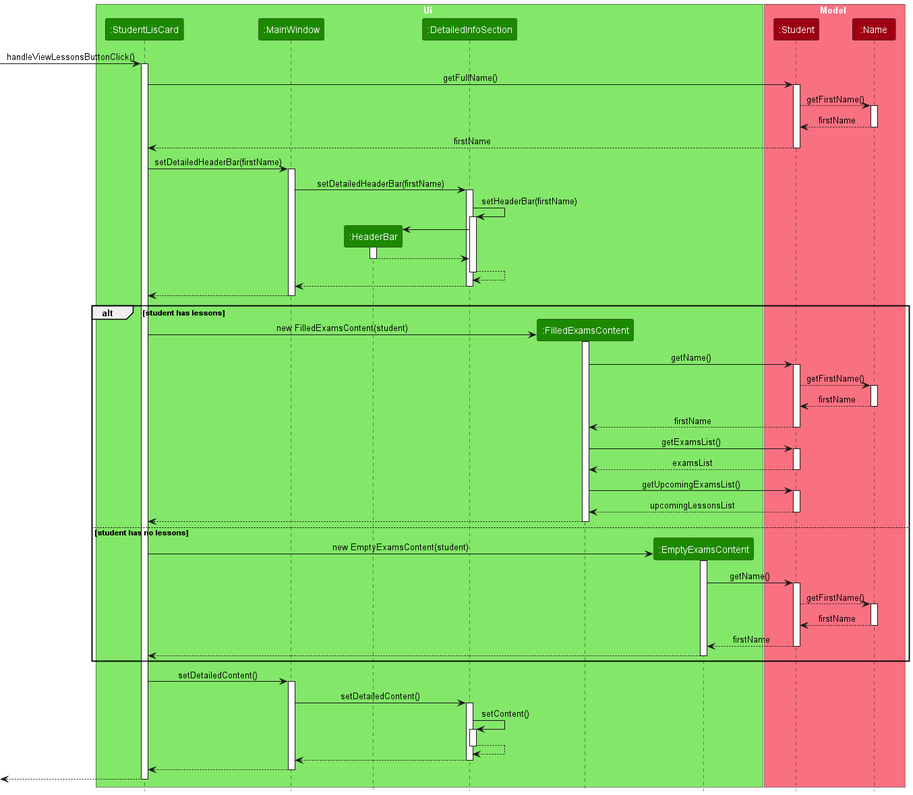
Earlier version of the PlantUML export docs/images/ExamsClickSequenceDiagram.png (nus-cs2103-AY2223S2/tp). Its diagram source:
```plantuml
@startuml
!include style.puml

box Ui UI_COLOR_T1
participant ":StudentLisCard" as StudentListCard UI_COLOR
participant ":MainWindow" as MainWindow UI_COLOR
participant ":HeaderBar" as HeaderBar UI_COLOR
participant ":DetailedInfoSection" as DetailedInfoSection UI_COLOR
participant ":FilledExamsContent" as FilledExamsContent UI_COLOR
participant ":EmptyExamsContent" as EmptyExamsContent UI_COLOR
end box

box Model MODEL_COLOR_T1
participant ":Student" as Student MODEL_COLOR
participant ":Name" as Name MODEL_COLOR
end box

[-> StudentListCard : handleViewLessonsButtonClick()
activate StudentListCard

StudentListCard -> Student : getFullName()
activate Student

Student --> Name : getFirstName()
activate Name
return firstName

return firstName

StudentListCard -> MainWindow : setDetailedHeaderBar(firstName)
activate MainWindow

MainWindow -> DetailedInfoSection : setDetailedHeaderBar(firstName)
activate DetailedInfoSection

DetailedInfoSection -> DetailedInfoSection : setHeaderBar(firstName)
activate DetailedInfoSection

create HeaderBar
DetailedInfoSection -> HeaderBar
activate HeaderBar

HeaderBar --> DetailedInfoSection
deactivate HeaderBar

DetailedInfoSection --> DetailedInfoSection
deactivate DetailedInfoSection

DetailedInfoSection --> MainWindow
deactivate DetailedInfoSection

MainWindow --> StudentListCard
deactivate MainWindow

alt student has lessons
    create FilledExamsContent
    StudentListCard -> FilledExamsContent : new FilledExamsContent(student)
    activate FilledExamsContent

    FilledExamsContent -> Student : getName()
    activate Student

    Student --> Name : getFirstName()
    activate Name
    return firstName

    return firstName

    FilledExamsContent -> Student : getExamsList()
    activate Student
    return examsList

    FilledExamsContent -> Student : getUpcomingExamsList()
    activate Student
    return upcomingLessonsList

    FilledExamsContent --> StudentListCard
    deactivate FilledExamsContent

else student has no lessons
    create EmptyExamsContent
    StudentListCard -> EmptyExamsContent : new EmptyExamsContent(student)
    activate EmptyExamsContent

    EmptyExamsContent -> Student : getName()
    activate Student

    Student --> Name : getFirstName()
    activate Name
    return firstName

    return firstName

    EmptyExamsContent --> StudentListCard
    deactivate EmptyExamsContent

end

StudentListCard -> MainWindow : setDetailedContent()
activate MainWindow

MainWindow -> DetailedInfoSection : setDetailedContent()
activate DetailedInfoSection

DetailedInfoSection -> DetailedInfoSection : setContent()
activate DetailedInfoSection

DetailedInfoSection --> DetailedInfoSection
deactivate DetailedInfoSection

DetailedInfoSection --> MainWindow
deactivate DetailedInfoSection

MainWindow --> StudentListCard
deactivate MainWindow

[<-- StudentListCard
deactivate StudentListCard

@enduml
```
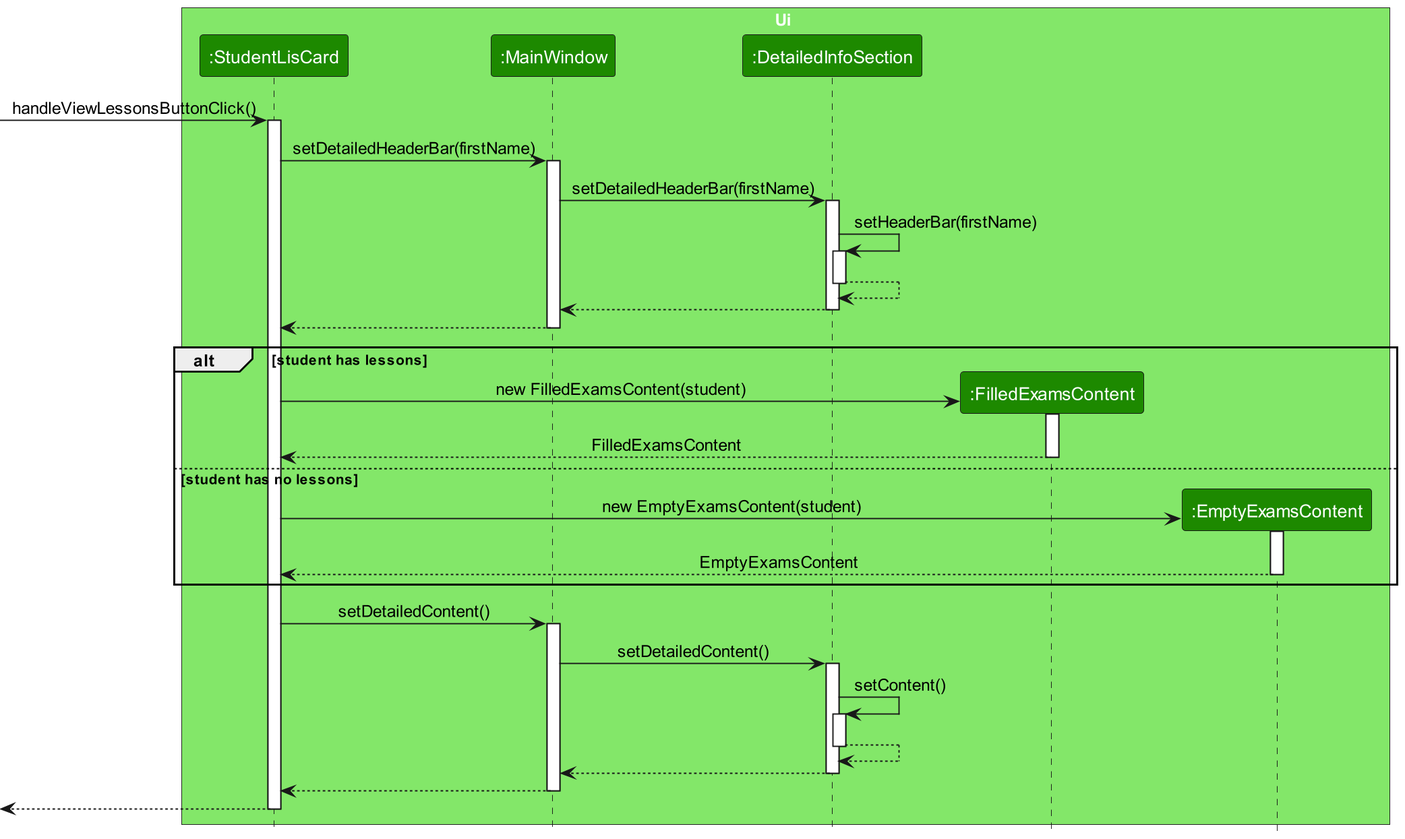
The same diagram one commit later.

Change to the diagram source:
```diff
@@ -4,28 +4,13 @@
 box Ui UI_COLOR_T1
 participant ":StudentLisCard" as StudentListCard UI_COLOR
 participant ":MainWindow" as MainWindow UI_COLOR
-participant ":HeaderBar" as HeaderBar UI_COLOR
 participant ":DetailedInfoSection" as DetailedInfoSection UI_COLOR
 participant ":FilledExamsContent" as FilledExamsContent UI_COLOR
 participant ":EmptyExamsContent" as EmptyExamsContent UI_COLOR
 end box
 
-box Model MODEL_COLOR_T1
-participant ":Student" as Student MODEL_COLOR
-participant ":Name" as Name MODEL_COLOR
-end box
-
 [-> StudentListCard : handleViewLessonsButtonClick()
 activate StudentListCard
-
-StudentListCard -> Student : getFullName()
-activate Student
-
-Student --> Name : getFirstName()
-activate Name
-return firstName
-
-return firstName
 
 StudentListCard -> MainWindow : setDetailedHeaderBar(firstName)
 activate MainWindow
@@ -36,12 +21,6 @@
 DetailedInfoSection -> DetailedInfoSection : setHeaderBar(firstName)
 activate DetailedInfoSection
 
-create HeaderBar
-DetailedInfoSection -> HeaderBar
-activate HeaderBar
-
-HeaderBar --> DetailedInfoSection
-deactivate HeaderBar
 
 DetailedInfoSection --> DetailedInfoSection
 deactivate DetailedInfoSection
@@ -57,42 +36,14 @@
     StudentListCard -> FilledExamsContent : new FilledExamsContent(student)
     activate FilledExamsContent
 
-    FilledExamsContent -> Student : getName()
-    activate Student
-
-    Student --> Name : getFirstName()
-    activate Name
-    return firstName
-
-    return firstName
-
-    FilledExamsContent -> Student : getExamsList()
-    activate Student
-    return examsList
-
-    FilledExamsContent -> Student : getUpcomingExamsList()
-    activate Student
-    return upcomingLessonsList
-
-    FilledExamsContent --> StudentListCard
-    deactivate FilledExamsContent
+    return FilledExamsContent
 
 else student has no lessons
     create EmptyExamsContent
     StudentListCard -> EmptyExamsContent : new EmptyExamsContent(student)
     activate EmptyExamsContent
 
-    EmptyExamsContent -> Student : getName()
-    activate Student
-
-    Student --> Name : getFirstName()
-    activate Name
-    return firstName
-
-    return firstName
-
-    EmptyExamsContent --> StudentListCard
-    deactivate EmptyExamsContent
+    return EmptyExamsContent
 
 end
 
```
